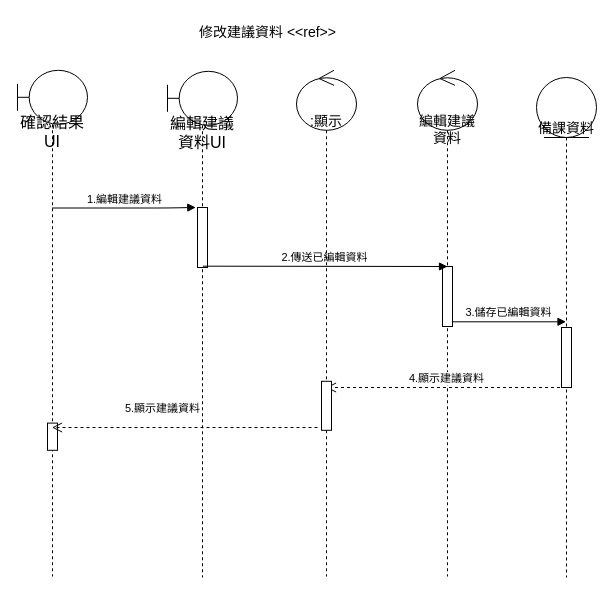
Kevincheng0804/System-analysis keeps this draw.io diagram as 修改建議資料循序圖.drawio. Above is the earlier version. Source tidied: cells renumbered, new cells numbered last; positions are measured from the earlier drawing's top-left corner, leaving out a move shared by most shapes. Both pictures are drawn from the tidied source at 100%, with x=0, y=0 at pixel (17, 17).
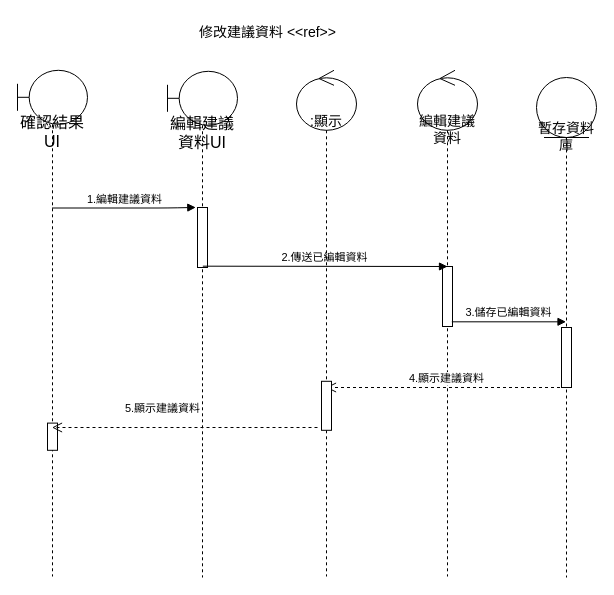
The same diagram, later.

Diff of the diagram source:
```diff
@@
-    <mxCell id="4" value="備課資料" style="shape=umlLifeline;participant=umlEntity;perimeter=lifelinePerimeter;whiteSpace=wrap;html=1;verticalAlign=top;spacingTop=36;outlineConnect=0;fontSize=14;size=60;" parent="1" vertex="1">
+    <mxCell id="4" value="暫存資料庫" style="shape=umlLifeline;participant=umlEntity;perimeter=lifelinePerimeter;whiteSpace=wrap;html=1;verticalAlign=top;spacingTop=36;outlineConnect=0;fontSize=14;size=60;" parent="1" vertex="1">
       <mxGeometry x="519" y="60" width="60" height="500" as="geometry" />
     </mxCell>
```
